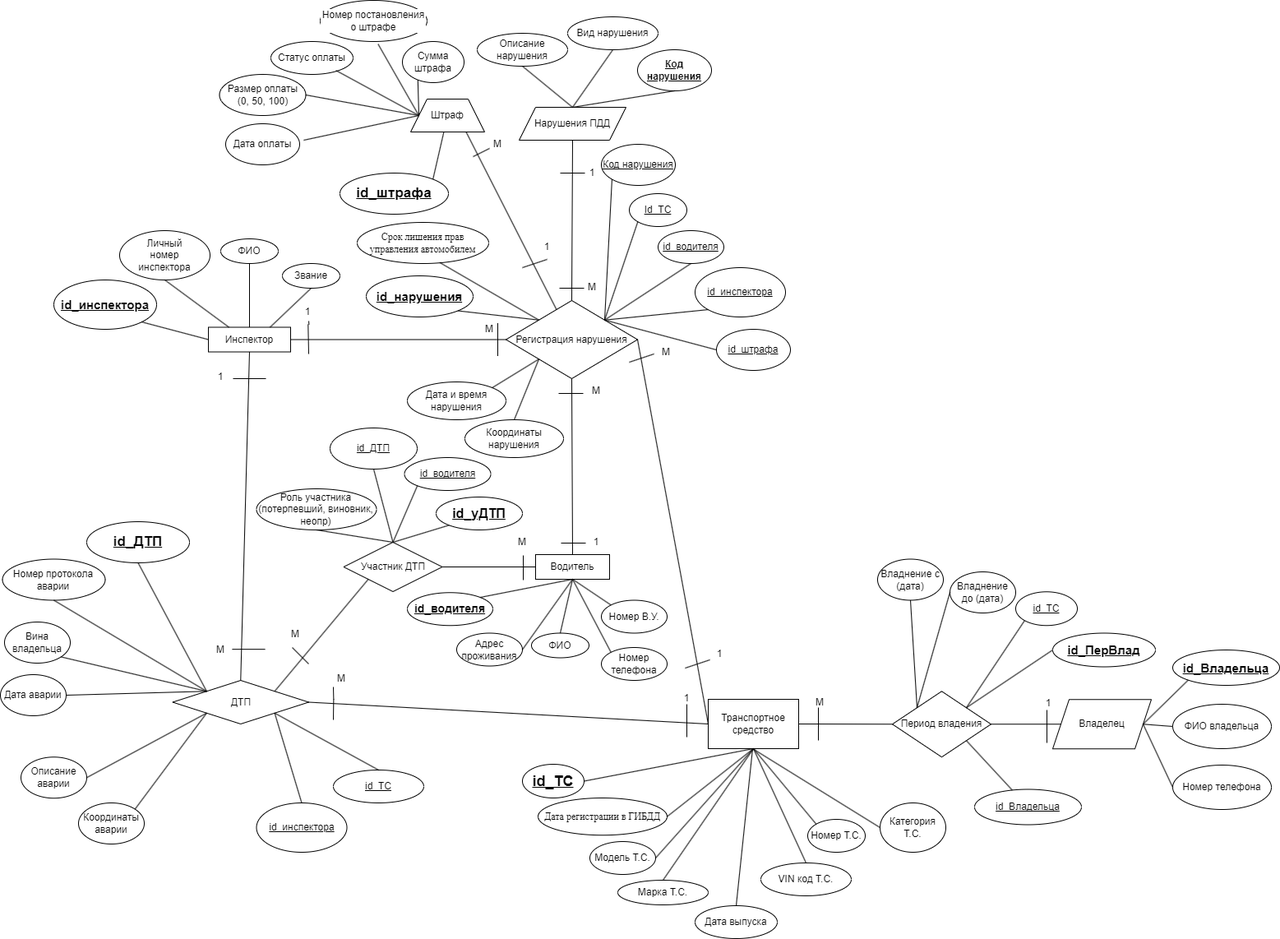
The draw.io diagram ЧенКириллов(с правками1).drawio.png in GAIshnik02/dbLab2, before a commit. Source tidied: cells renumbered, new cells last; positions are measured from the earlier drawing's top-left corner, leaving out a move shared by most shapes.
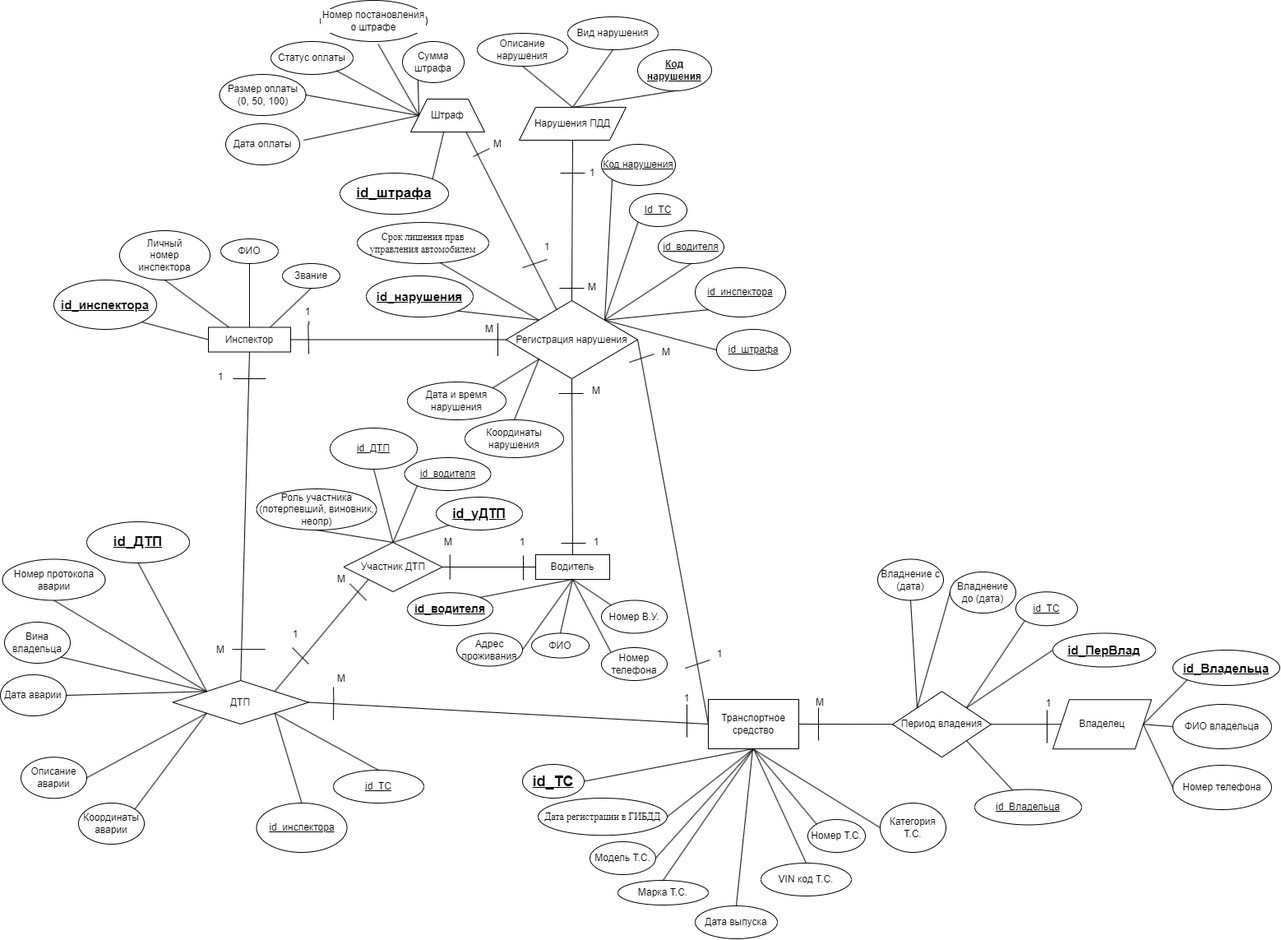
The same file after the commit.

The edit, as a diff of the source:
```diff
@@ -465,9 +465,9 @@
       <mxGeometry x="565" y="385" width="60" height="30" as="geometry" />
     </mxCell>
     <mxCell id="131" value="M" style="text;strokeColor=none;align=center;fillColor=none;html=1;verticalAlign=middle;whiteSpace=wrap;rounded=0;" parent="1" vertex="1">
-      <mxGeometry x="605" y="644" width="60" height="30" as="geometry" />
+      <mxGeometry x="515" y="644" width="60" height="30" as="geometry" />
     </mxCell>
-    <mxCell id="132" value="M" style="text;strokeColor=none;align=center;fillColor=none;html=1;verticalAlign=middle;whiteSpace=wrap;rounded=0;" parent="1" vertex="1">
+    <mxCell id="132" value="1" style="text;strokeColor=none;align=center;fillColor=none;html=1;verticalAlign=middle;whiteSpace=wrap;rounded=0;" parent="1" vertex="1">
       <mxGeometry x="329" y="756" width="60" height="30" as="geometry" />
     </mxCell>
     <mxCell id="133" value="1" style="text;strokeColor=none;align=center;fillColor=none;html=1;verticalAlign=middle;whiteSpace=wrap;rounded=0;" parent="1" vertex="1">
@@ -586,5 +586,23 @@
     <mxCell id="170" style="endArrow=none;html=1;rounded=0;exitX=1;exitY=0;exitDx=0;exitDy=0;entryX=0;entryY=0.5;entryDx=0;entryDy=0;" parent="1" edge="1" source="138" target="169">
       <mxGeometry relative="1" as="geometry" />
     </mxCell>
+    <mxCell id="171" style="endArrow=none;html=1;rounded=0;" parent="1" edge="1">
+      <mxGeometry relative="1" as="geometry">
+        <mxPoint x="425" y="709.5" as="sourcePoint" />
+        <mxPoint x="445" y="729.5" as="targetPoint" />
+      </mxGeometry>
+    </mxCell>
+    <mxCell id="172" style="endArrow=none;html=1;rounded=0;" parent="1" edge="1">
+      <mxGeometry relative="1" as="geometry">
+        <mxPoint x="546.7" y="704" as="sourcePoint" />
+        <mxPoint x="546.7" y="674" as="targetPoint" />
+      </mxGeometry>
+    </mxCell>
+    <mxCell id="173" value="1" style="text;strokeColor=none;align=center;fillColor=none;html=1;verticalAlign=middle;whiteSpace=wrap;rounded=0;" parent="1" vertex="1">
+      <mxGeometry x="605" y="644" width="60" height="30" as="geometry" />
+    </mxCell>
+    <mxCell id="174" value="M" style="text;strokeColor=none;align=center;fillColor=none;html=1;verticalAlign=middle;whiteSpace=wrap;rounded=0;" parent="1" vertex="1">
+      <mxGeometry x="385" y="689" width="60" height="30" as="geometry" />
+    </mxCell>
   </root>
 </mxGraphModel>
```
